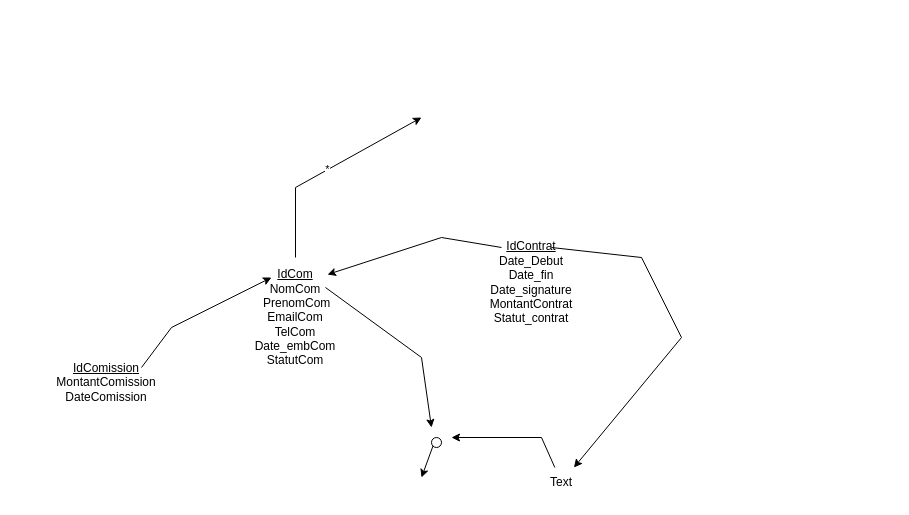
Kouakou-Christ-Axel/portfolio keeps this draw.io diagram as sat phineas.drawio. Above is the earlier version. Source tidied: cells renumbered, new cells numbered last; positions are measured from the earlier drawing's top-left corner, leaving out a move shared by most shapes. Both pictures are drawn from the tidied source at 100%, with x=0, y=0 at pixel (71, 117).
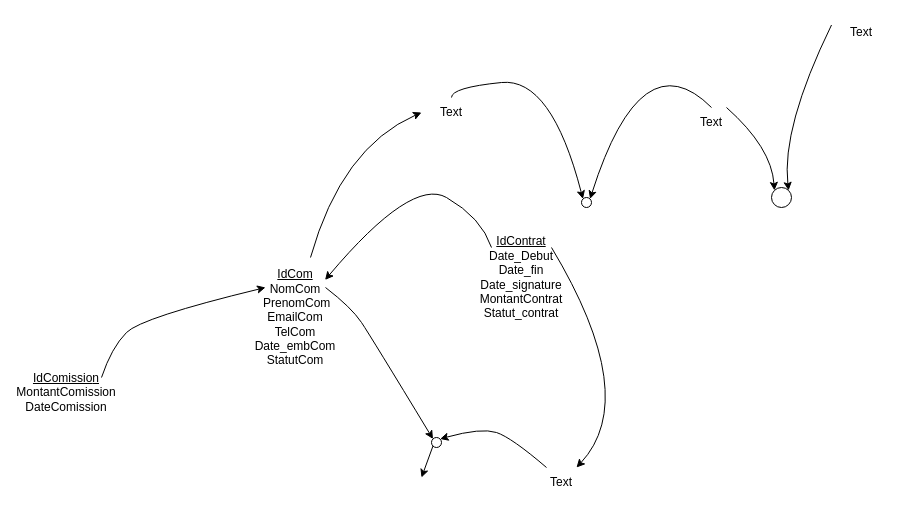
The same page after the edit.

Commit message (it also covers changes not shown here):
Mettre à jour sat phineas.drawio

Unchanged cells that the change refers to:
```xml
<mxCell id="3" value="&lt;u&gt;IdCom&lt;/u&gt;&lt;div&gt;NomCom&lt;/div&gt;&lt;div&gt;&amp;nbsp;PrenomCom&lt;/div&gt;&lt;div&gt;EmailCom&lt;/div&gt;&lt;div&gt;TelCom&lt;/div&gt;&lt;div&gt;Date_embCom&lt;/div&gt;&lt;div&gt;StatutCom&lt;/div&gt;" style="text;html=1;align=center;verticalAlign=middle;whiteSpace=wrap;rounded=0;" parent="1" vertex="1">
  <mxGeometry x="194" y="140" width="60" height="120" as="geometry" />
</mxCell>
<mxCell id="7" value="Text" style="text;html=1;align=center;verticalAlign=middle;whiteSpace=wrap;rounded=0;" parent="1" vertex="1">
  <mxGeometry x="460" y="350" width="60" height="30" as="geometry" />
</mxCell>
<mxCell id="10" style="ellipse;whiteSpace=wrap;html=1;" parent="1" vertex="1">
  <mxGeometry x="360" y="320" width="10" height="10" as="geometry" />
</mxCell>
```

What changed in the source:
```diff
@@
     <mxCell id="2" value="&lt;u&gt;IdComissio&lt;/u&gt;&lt;u style=&quot;background-color: initial;&quot;&gt;n&lt;/u&gt;&lt;div&gt;MontantComission&lt;/div&gt;&lt;div&gt;DateComission&lt;/div&gt;" style="text;html=1;align=center;verticalAlign=middle;whiteSpace=wrap;rounded=0;" parent="1" vertex="1">
-      <mxGeometry y="250" width="70" height="30" as="geometry" />
+      <mxGeometry x="-40" y="260" width="70" height="30" as="geometry" />
     </mxCell>
@@
-    <mxCell id="4" style="endArrow=classic;html=1;rounded=0;exitX=1;exitY=0;exitDx=0;exitDy=0;" parent="1" edge="1" source="2">
-      <mxGeometry relative="1" as="geometry">
-        <mxPoint x="200" y="160" as="targetPoint" />
-        <Array as="points">
-          <mxPoint x="100" y="210" />
-        </Array>
-      </mxGeometry>
-    </mxCell>
     <mxCell id="5" value="&lt;u&gt;IdContrat&lt;/u&gt;&lt;div&gt;Date_Debut&lt;/div&gt;&lt;div&gt;Date_fin&lt;/div&gt;&lt;div&gt;Date_signature&lt;/div&gt;&lt;div&gt;MontantContrat&lt;/div&gt;&lt;div&gt;Statut_contrat&lt;/div&gt;" style="text;html=1;align=center;verticalAlign=middle;whiteSpace=wrap;rounded=0;" parent="1" vertex="1">
-      <mxGeometry x="430" y="150" width="60" height="30" as="geometry" />
+      <mxGeometry x="420" y="100" width="60" height="120" as="geometry" />
     </mxCell>
-    <mxCell id="6" style="endArrow=classic;html=1;rounded=0;exitX=0;exitY=-0.667;exitDx=0;exitDy=0;exitPerimeter=0;entryX=1.033;entryY=0.142;entryDx=0;entryDy=0;entryPerimeter=0;" parent="1" edge="1" source="5" target="3">
-      <mxGeometry relative="1" as="geometry">
-        <Array as="points">
-          <mxPoint x="370" y="120" />
-        </Array>
-      </mxGeometry>
-    </mxCell>
@@
-    <mxCell id="8" style="endArrow=classic;html=1;rounded=0;exitX=1;exitY=0.25;exitDx=0;exitDy=0;" parent="1" edge="1" source="3">
-      <mxGeometry relative="1" as="geometry">
-        <mxPoint x="360" y="310" as="targetPoint" />
-        <Array as="points">
-          <mxPoint x="350" y="240" />
-        </Array>
-      </mxGeometry>
-    </mxCell>
-    <mxCell id="9" style="endArrow=classic;html=1;rounded=0;" parent="1" edge="1" source="7">
-      <mxGeometry relative="1" as="geometry">
-        <mxPoint x="380" y="320" as="targetPoint" />
-        <Array as="points">
-          <mxPoint x="470" y="320" />
-        </Array>
-      </mxGeometry>
-    </mxCell>
@@
-    <mxCell id="12" value="*" style="endArrow=classic;html=1;rounded=0;exitX=0.5;exitY=0;exitDx=0;exitDy=0;" parent="1" edge="1" source="3">
-      <mxGeometry relative="1" as="geometry">
-        <mxPoint x="350" as="targetPoint" />
-        <Array as="points">
-          <mxPoint x="224" y="70" />
-        </Array>
-      </mxGeometry>
-    </mxCell>
-    <mxCell id="13" style="endArrow=classic;html=1;rounded=0;" parent="1" edge="1" target="7">
-      <mxGeometry relative="1" as="geometry">
-        <mxPoint x="480" y="130" as="sourcePoint" />
-        <Array as="points">
-          <mxPoint x="570" y="140" />
-          <mxPoint x="610" y="220" />
-        </Array>
-      </mxGeometry>
-    </mxCell>
+    <mxCell id="14" value="Text" style="text;html=1;align=center;verticalAlign=middle;whiteSpace=wrap;rounded=0;" parent="1" vertex="1">
+      <mxGeometry x="350" y="-20" width="60" height="30" as="geometry" />
+    </mxCell>
+    <mxCell id="15" style="ellipse;whiteSpace=wrap;html=1;" parent="1" vertex="1">
+      <mxGeometry x="510" y="80" width="10" height="10" as="geometry" />
+    </mxCell>
+    <mxCell id="16" value="Text" style="text;html=1;align=center;verticalAlign=middle;whiteSpace=wrap;rounded=0;" parent="1" vertex="1">
+      <mxGeometry x="610" y="-10" width="60" height="30" as="geometry" />
+    </mxCell>
+    <mxCell id="17" value="Text" style="text;html=1;align=center;verticalAlign=middle;whiteSpace=wrap;rounded=0;" parent="1" vertex="1">
+      <mxGeometry x="760" y="-100" width="60" height="30" as="geometry" />
+    </mxCell>
+    <mxCell id="18" style="curved=1;endArrow=classic;html=1;rounded=0;entryX=0;entryY=0.25;entryDx=0;entryDy=0;exitX=1;exitY=0;exitDx=0;exitDy=0;" parent="1" edge="1" source="2" target="3">
+      <mxGeometry relative="1" as="geometry">
+        <Array as="points">
+          <mxPoint x="40" y="230" />
+          <mxPoint x="70" y="200" />
+        </Array>
+      </mxGeometry>
+    </mxCell>
+    <mxCell id="19" style="curved=1;endArrow=classic;html=1;rounded=0;exitX=0.75;exitY=0;exitDx=0;exitDy=0;entryX=0;entryY=0.5;entryDx=0;entryDy=0;" parent="1" edge="1" source="3" target="14">
+      <mxGeometry relative="1" as="geometry">
+        <Array as="points">
+          <mxPoint x="270" y="30" />
+        </Array>
+      </mxGeometry>
+    </mxCell>
+    <mxCell id="20" style="curved=1;endArrow=classic;html=1;rounded=0;entryX=0;entryY=0;entryDx=0;entryDy=0;" parent="1" edge="1" source="14" target="15">
+      <mxGeometry relative="1" as="geometry">
+        <Array as="points">
+          <mxPoint x="380" y="-30" />
+          <mxPoint x="480" y="-40" />
+        </Array>
+      </mxGeometry>
+    </mxCell>
+    <mxCell id="6" style="curved=1;endArrow=classic;html=1;rounded=0;exitX=0;exitY=0.25;exitDx=0;exitDy=0;entryX=0.993;entryY=0.187;entryDx=0;entryDy=0;entryPerimeter=0;" parent="1" edge="1" source="5" target="3">
+      <mxGeometry relative="1" as="geometry">
+        <Array as="points">
+          <mxPoint x="410" y="100" />
+          <mxPoint x="340" y="60" />
+        </Array>
+      </mxGeometry>
+    </mxCell>
+    <mxCell id="21" style="curved=1;endArrow=classic;html=1;rounded=0;exitX=1;exitY=0.25;exitDx=0;exitDy=0;entryX=0;entryY=0;entryDx=0;entryDy=0;" parent="1" edge="1" source="3" target="10">
+      <mxGeometry relative="1" as="geometry">
+        <Array as="points">
+          <mxPoint x="280" y="190" />
+          <mxPoint x="300" y="220" />
+        </Array>
+      </mxGeometry>
+    </mxCell>
+    <mxCell id="22" style="curved=1;endArrow=classic;html=1;rounded=0;exitX=0.25;exitY=0;exitDx=0;exitDy=0;entryX=1;entryY=0;entryDx=0;entryDy=0;" parent="1" edge="1" source="7" target="10">
+      <mxGeometry relative="1" as="geometry">
+        <Array as="points">
+          <mxPoint x="440" y="320" />
+          <mxPoint x="410" y="310" />
+        </Array>
+      </mxGeometry>
+    </mxCell>
+    <mxCell id="23" style="curved=1;endArrow=classic;html=1;rounded=0;exitX=1;exitY=0.25;exitDx=0;exitDy=0;entryX=0.75;entryY=0;entryDx=0;entryDy=0;" parent="1" edge="1" source="5" target="7">
+      <mxGeometry relative="1" as="geometry">
+        <Array as="points">
+          <mxPoint x="570" y="280" />
+        </Array>
+      </mxGeometry>
+    </mxCell>
+    <mxCell id="24" style="ellipse;whiteSpace=wrap;html=1;" parent="1" vertex="1">
+      <mxGeometry x="700" y="70" width="20" height="20" as="geometry" />
+    </mxCell>
+    <mxCell id="25" style="curved=1;endArrow=classic;html=1;rounded=0;exitX=0.75;exitY=0;exitDx=0;exitDy=0;entryX=0;entryY=0;entryDx=0;entryDy=0;" parent="1" edge="1" source="16" target="24">
+      <mxGeometry relative="1" as="geometry">
+        <Array as="points">
+          <mxPoint x="700" y="30" />
+        </Array>
+      </mxGeometry>
+    </mxCell>
+    <mxCell id="26" style="curved=1;endArrow=classic;html=1;rounded=0;exitX=0;exitY=0.25;exitDx=0;exitDy=0;entryX=1;entryY=0;entryDx=0;entryDy=0;" parent="1" edge="1" source="17" target="24">
+      <mxGeometry relative="1" as="geometry">
+        <Array as="points">
+          <mxPoint x="710" y="10" />
+        </Array>
+      </mxGeometry>
+    </mxCell>
+    <mxCell id="27" style="curved=1;endArrow=classic;html=1;rounded=0;exitX=0.5;exitY=0;exitDx=0;exitDy=0;entryX=1;entryY=0;entryDx=0;entryDy=0;" parent="1" edge="1" source="16" target="15">
+      <mxGeometry relative="1" as="geometry">
+        <Array as="points">
+          <mxPoint x="570" y="-80" />
+        </Array>
+      </mxGeometry>
+    </mxCell>
```
